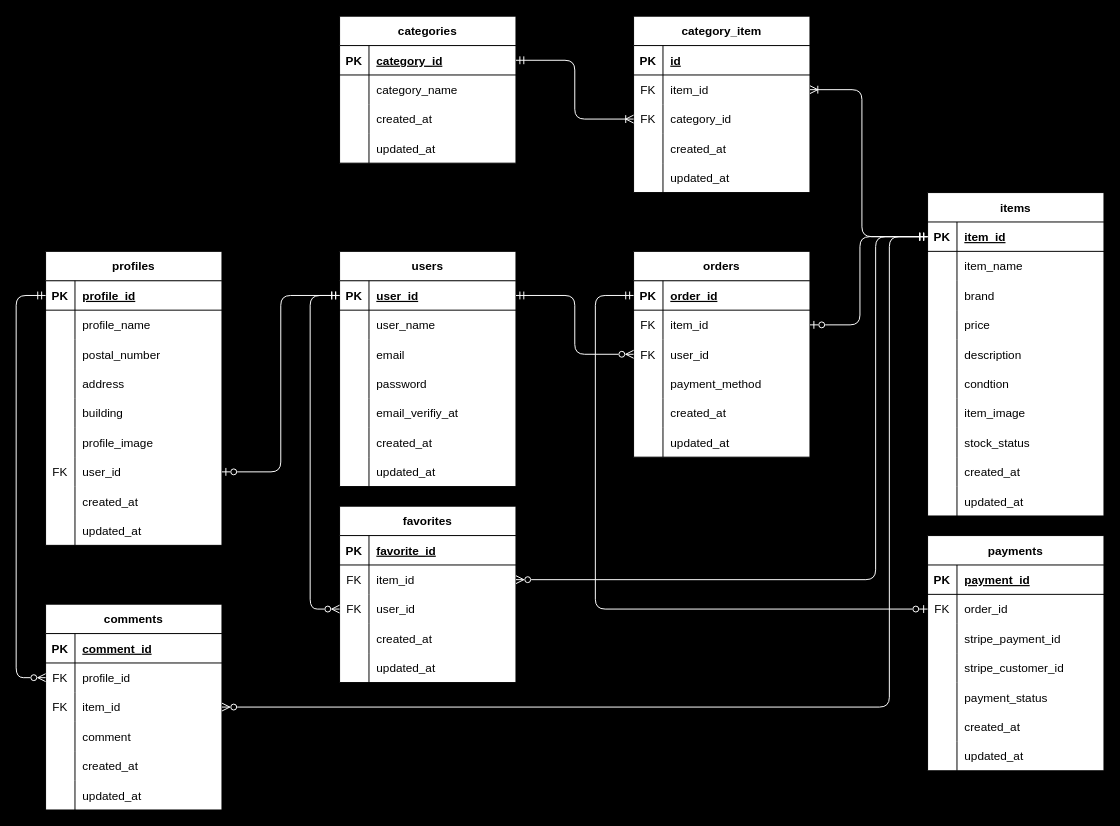
Above: flea_markets_er.dio in ayuka-maruyama/coachtech_flea_markets (draw.io), before the change. Source tidied: cells renumbered, new cells numbered last; positions are measured from the earlier drawing's top-left corner, leaving out a move shared by most shapes. Both pictures are drawn from the tidied source at 98%, with x=0, y=0 at pixel (16, 16).
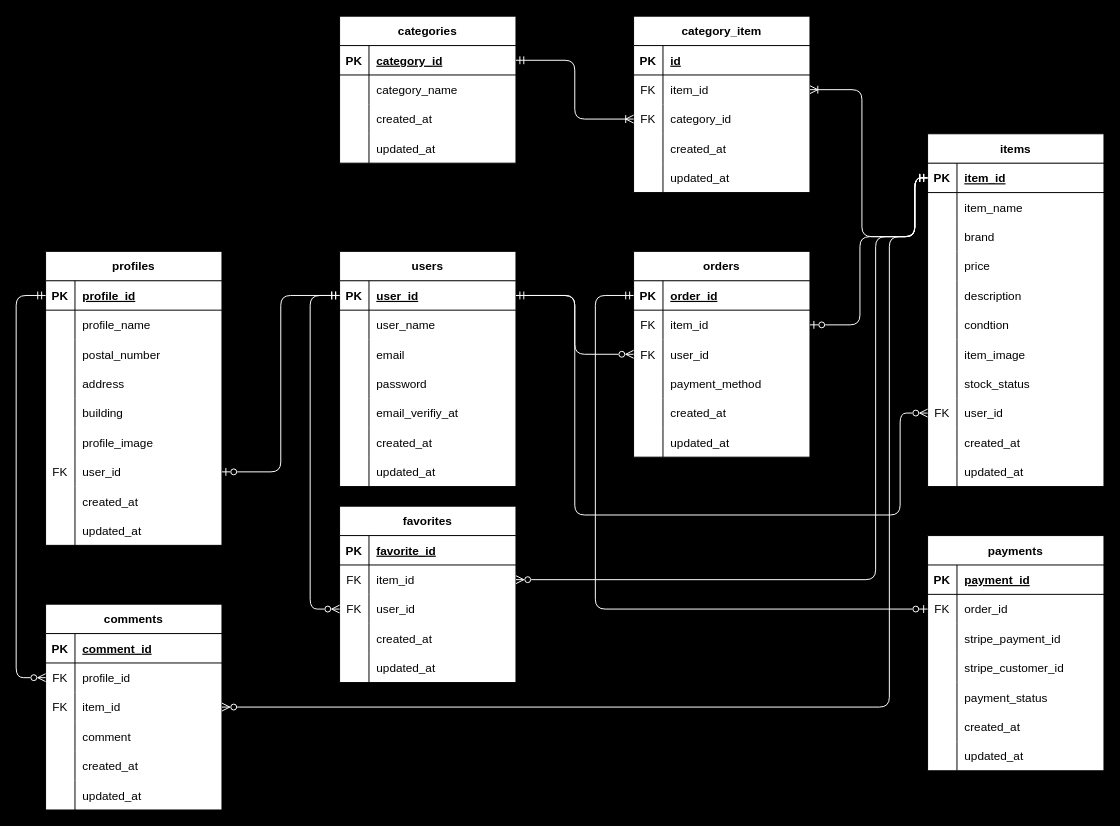
Above is the later version.

Commit message:
商品テーブルに不足カラムがあったため追記

user_idが不足していたため、カラムを追加

Unchanged cells that the change refers to:
```xml
<mxCell id="16" style="shape=tableRow;horizontal=0;startSize=0;swimlaneHead=0;swimlaneBody=0;fillColor=none;points=[[0,0.5],[1,0.5]];portConstraint=eastwest;top=0;left=0;right=0;bottom=1;" parent="15" vertex="1">
  <mxGeometry y="30" width="180" height="30" as="geometry" />
</mxCell>
<mxCell id="41" style="shape=tableRow;horizontal=0;startSize=0;swimlaneHead=0;swimlaneBody=0;fillColor=none;points=[[0,0.5],[1,0.5]];portConstraint=eastwest;top=0;left=0;right=0;bottom=0;" parent="37" vertex="1">
  <mxGeometry y="60" width="180" height="30" as="geometry" />
</mxCell>
<mxCell id="54" style="shape=tableRow;horizontal=0;startSize=0;swimlaneHead=0;swimlaneBody=0;fillColor=none;points=[[0,0.5],[1,0.5]];portConstraint=eastwest;top=0;left=0;right=0;bottom=1;" parent="53" vertex="1">
  <mxGeometry y="30" width="180" height="30" as="geometry" />
</mxCell>
<mxCell id="90" style="shape=tableRow;horizontal=0;startSize=0;swimlaneHead=0;swimlaneBody=0;fillColor=none;points=[[0,0.5],[1,0.5]];portConstraint=eastwest;top=0;left=0;right=0;bottom=0;" parent="86" vertex="1">
  <mxGeometry y="60" width="180" height="30" as="geometry" />
</mxCell>
<mxCell id="165" style="shape=tableRow;horizontal=0;startSize=0;swimlaneHead=0;swimlaneBody=0;fillColor=none;points=[[0,0.5],[1,0.5]];portConstraint=eastwest;top=0;left=0;right=0;bottom=0;" parent="158" vertex="1">
  <mxGeometry y="90" width="180" height="30" as="geometry" />
</mxCell>
<mxCell id="183" style="shape=tableRow;horizontal=0;startSize=0;swimlaneHead=0;swimlaneBody=0;fillColor=none;points=[[0,0.5],[1,0.5]];portConstraint=eastwest;top=0;left=0;right=0;bottom=0;" parent="179" vertex="1">
  <mxGeometry y="60" width="180" height="30" as="geometry" />
</mxCell>
```

What changed in the source:
```diff
@@
     <mxCell id="53" value="items" style="shape=table;startSize=30;childLayout=tableLayout;rowLines=0;fontStyle=1;align=center;fillColor=default;swimlaneFillColor=default;" parent="1" vertex="1">
-      <mxGeometry x="930" y="180" width="180" height="330" as="geometry" />
+      <mxGeometry x="930" y="120" width="180" height="360" as="geometry" />
     </mxCell>
@@
+    <mxCell id="198" style="shape=tableRow;horizontal=0;startSize=0;swimlaneHead=0;swimlaneBody=0;fillColor=none;points=[[0,0.5],[1,0.5]];portConstraint=eastwest;top=0;left=0;right=0;bottom=0;" parent="53" vertex="1">
+      <mxGeometry y="270" width="180" height="30" as="geometry" />
+    </mxCell>
+    <mxCell id="199" value="FK" style="shape=partialRectangle;fillColor=none;top=0;left=0;bottom=0;right=0;overflow=hidden;" parent="198" vertex="1">
+      <mxGeometry width="30" height="30" as="geometry" />
+    </mxCell>
+    <mxCell id="200" value="user_id" style="shape=partialRectangle;fillColor=none;top=0;left=0;bottom=0;right=0;align=left;spacingLeft=6;overflow=hidden;" parent="198" vertex="1">
+      <mxGeometry x="30" width="150" height="30" as="geometry" />
+    </mxCell>
     <mxCell id="78" style="shape=tableRow;horizontal=0;startSize=0;swimlaneHead=0;swimlaneBody=0;fillColor=none;top=0;left=0;right=0;bottom=0;" parent="53" vertex="1">
-      <mxGeometry y="270" width="180" height="30" as="geometry" />
+      <mxGeometry y="300" width="180" height="30" as="geometry" />
     </mxCell>
@@
     <mxCell id="81" style="shape=tableRow;horizontal=0;startSize=0;swimlaneHead=0;swimlaneBody=0;fillColor=none;top=0;left=0;right=0;bottom=0;" parent="53" vertex="1">
-      <mxGeometry y="300" width="180" height="30" as="geometry" />
+      <mxGeometry y="330" width="180" height="30" as="geometry" />
     </mxCell>
@@
     <mxCell id="84" style="edgeStyle=orthogonalEdgeStyle;html=1;exitX=1;exitY=0.5;exitDx=0;exitDy=0;entryX=0;entryY=0.5;entryDx=0;entryDy=0;startArrow=ERoneToMany;startFill=0;endArrow=ERmandOne;endFill=0;strokeColor=#FFFFFF;" parent="1" edge="1" source="41" target="54">
       <mxGeometry relative="1" as="geometry">
         <Array as="points">
           <mxPoint x="863" y="75" />
           <mxPoint x="863" y="225" />
+          <mxPoint x="917" y="225" />
+          <mxPoint x="917" y="165" />
         </Array>
       </mxGeometry>
     </mxCell>
@@
     <mxCell id="135" style="edgeStyle=orthogonalEdgeStyle;html=1;exitX=1;exitY=0.5;exitDx=0;exitDy=0;entryX=0;entryY=0.5;entryDx=0;entryDy=0;startArrow=ERzeroToOne;startFill=0;endArrow=ERmandOne;endFill=0;strokeColor=#FFFFFF;" parent="1" edge="1" source="90" target="54">
       <mxGeometry relative="1" as="geometry">
         <Array as="points">
           <mxPoint x="861" y="315" />
           <mxPoint x="861" y="225" />
+          <mxPoint x="917" y="225" />
+          <mxPoint x="917" y="165" />
         </Array>
       </mxGeometry>
     </mxCell>
@@
     <mxCell id="178" style="edgeStyle=orthogonalEdgeStyle;html=1;exitX=1;exitY=0.5;exitDx=0;exitDy=0;entryX=0;entryY=0.5;entryDx=0;entryDy=0;startArrow=ERzeroToMany;startFill=0;endArrow=ERmandOne;endFill=0;strokeColor=#FFFFFF;" parent="1" edge="1" source="165" target="54">
       <mxGeometry relative="1" as="geometry">
         <Array as="points">
           <mxPoint x="891" y="705" />
           <mxPoint x="891" y="225" />
+          <mxPoint x="917" y="225" />
+          <mxPoint x="917" y="165" />
         </Array>
       </mxGeometry>
     </mxCell>
@@
     <mxCell id="196" style="edgeStyle=orthogonalEdgeStyle;html=1;exitX=1;exitY=0.5;exitDx=0;exitDy=0;entryX=0;entryY=0.5;entryDx=0;entryDy=0;startArrow=ERzeroToMany;startFill=0;endArrow=ERmandOne;endFill=0;strokeColor=#FFFFFF;" parent="1" edge="1" source="183" target="54">
       <mxGeometry relative="1" as="geometry">
         <Array as="points">
           <mxPoint x="877" y="575" />
           <mxPoint x="877" y="225" />
+          <mxPoint x="917" y="225" />
+          <mxPoint x="917" y="165" />
         </Array>
       </mxGeometry>
     </mxCell>
@@
+    <mxCell id="201" style="edgeStyle=orthogonalEdgeStyle;html=1;exitX=1;exitY=0.5;exitDx=0;exitDy=0;entryX=0;entryY=0.5;entryDx=0;entryDy=0;endArrow=ERzeroToMany;endFill=0;fontColor=#FFFFFF;labelBackgroundColor=#000000;strokeColor=#FFFFFF;" parent="1" edge="1" source="16" target="198">
+      <mxGeometry relative="1" as="geometry">
+        <Array as="points">
+          <mxPoint x="570" y="285" />
+          <mxPoint x="570" y="509" />
+          <mxPoint x="902" y="509" />
+          <mxPoint x="902" y="405" />
+        </Array>
+      </mxGeometry>
+    </mxCell>
```
